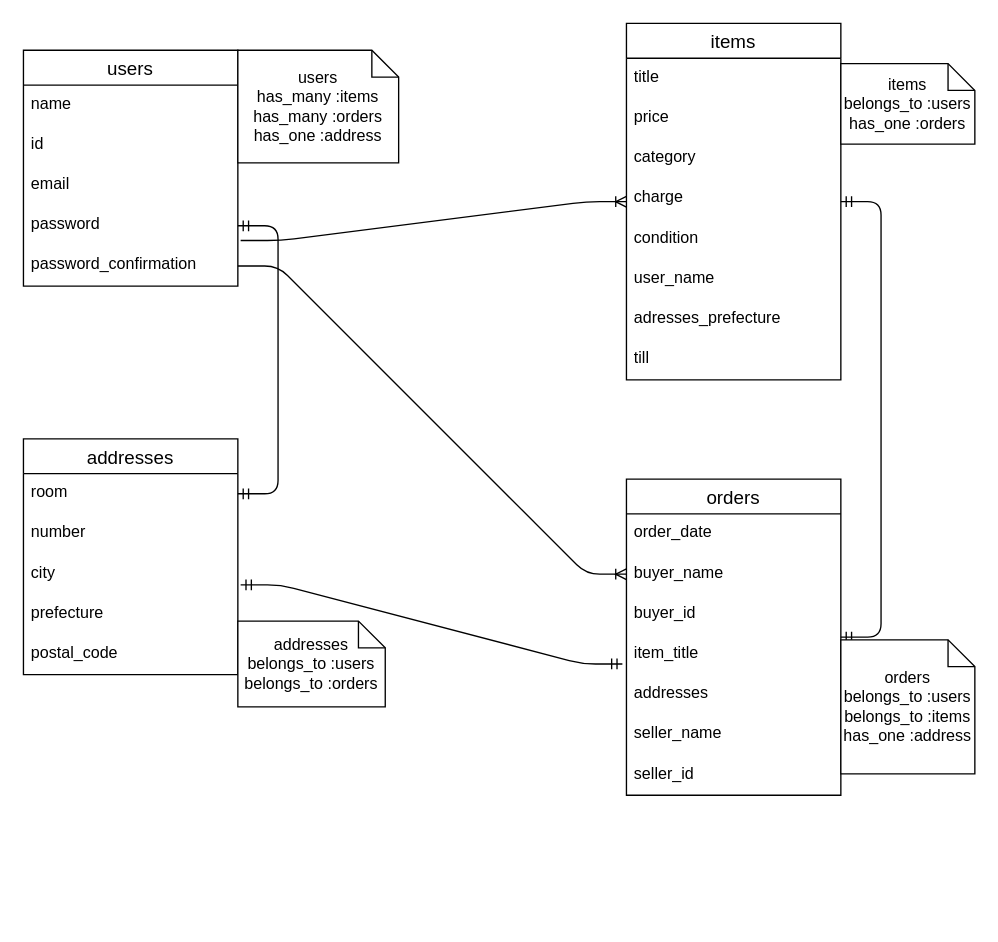
Before: er.drawio in Jumoku-tree/furima-37832, a draw.io diagram. Source tidied: cells renumbered, new cells numbered last; positions are measured from the earlier drawing's top-left corner, leaving out a move shared by most shapes. Both pictures are drawn from the tidied source at 134%, with x=0, y=0 at pixel (23, 23).
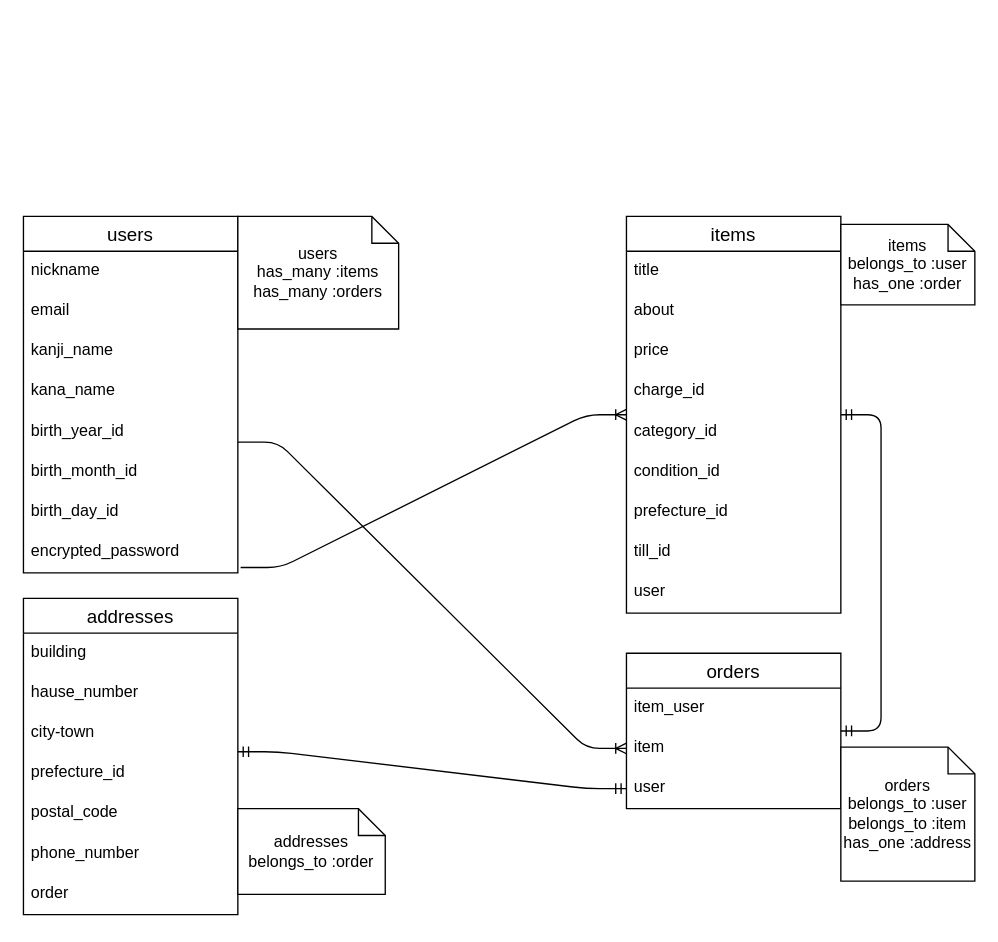
The same diagram, later.

Commit message (it also covers changes not shown here):
READMEとER図の修正

Diff of the diagram source:
```diff
@@
     <mxCell id="2" value="users" style="swimlane;fontStyle=0;horizontal=1;startSize=26;align=center;fontSize=14;" parent="1" vertex="1">
-      <mxGeometry y="20" width="160" height="176" as="geometry" />
+      <mxGeometry y="144" width="160" height="266" as="geometry" />
     </mxCell>
+    <mxCell id="40" value="nickname" style="text;strokeColor=none;fillColor=none;spacingLeft=4;spacingRight=4;overflow=hidden;fontSize=12;" parent="2" vertex="1">
+      <mxGeometry y="26" width="160" height="30" as="geometry" />
+    </mxCell>
+    <mxCell id="5" value="email" style="text;strokeColor=none;fillColor=none;spacingLeft=4;spacingRight=4;overflow=hidden;fontSize=12;" parent="2" vertex="1">
+      <mxGeometry y="56" width="160" height="30" as="geometry" />
+    </mxCell>
-    <mxCell id="3" value="name" style="text;strokeColor=none;fillColor=none;spacingLeft=4;spacingRight=4;overflow=hidden;fontSize=12;" parent="2" vertex="1">
-      <mxGeometry y="26" width="160" height="30" as="geometry" />
+    <mxCell id="3" value="kanji_name" style="text;strokeColor=none;fillColor=none;spacingLeft=4;spacingRight=4;overflow=hidden;fontSize=12;" parent="2" vertex="1">
+      <mxGeometry y="86" width="160" height="30" as="geometry" />
     </mxCell>
-    <mxCell id="4" value="id" style="text;strokeColor=none;fillColor=none;spacingLeft=4;spacingRight=4;overflow=hidden;fontSize=12;" parent="2" vertex="1">
-      <mxGeometry y="56" width="160" height="30" as="geometry" />
-    </mxCell>
-    <mxCell id="5" value="email" style="text;strokeColor=none;fillColor=none;spacingLeft=4;spacingRight=4;overflow=hidden;fontSize=12;" parent="2" vertex="1">
-      <mxGeometry y="86" width="160" height="30" as="geometry" />
-    </mxCell>
+    <mxCell id="41" value="kana_name" style="text;strokeColor=none;fillColor=none;spacingLeft=4;spacingRight=4;overflow=hidden;fontSize=12;" parent="2" vertex="1">
+      <mxGeometry y="116" width="160" height="30" as="geometry" />
+    </mxCell>
+    <mxCell id="42" value="birth_year_id" style="text;strokeColor=none;fillColor=none;spacingLeft=4;spacingRight=4;overflow=hidden;points=[[0,0.5],[1,0.5]];portConstraint=eastwest;fontSize=12;" parent="2" vertex="1">
+      <mxGeometry y="146" width="160" height="30" as="geometry" />
+    </mxCell>
+    <mxCell id="43" value="birth_month_id" style="text;strokeColor=none;fillColor=none;spacingLeft=4;spacingRight=4;overflow=hidden;fontSize=12;" parent="2" vertex="1">
+      <mxGeometry y="176" width="160" height="30" as="geometry" />
+    </mxCell>
+    <mxCell id="44" value="birth_day_id" style="text;strokeColor=none;fillColor=none;spacingLeft=4;spacingRight=4;overflow=hidden;fontSize=12;" parent="2" vertex="1">
+      <mxGeometry y="206" width="160" height="30" as="geometry" />
+    </mxCell>
-    <mxCell id="6" value="password" style="text;strokeColor=none;fillColor=none;spacingLeft=4;spacingRight=4;overflow=hidden;points=[[0,0.5],[1,0.5]];portConstraint=eastwest;fontSize=12;" parent="2" vertex="1">
-      <mxGeometry y="116" width="160" height="30" as="geometry" />
+    <mxCell id="6" value="encrypted_password" style="text;strokeColor=none;fillColor=none;spacingLeft=4;spacingRight=4;overflow=hidden;points=[[0,0.5],[1,0.5]];portConstraint=eastwest;fontSize=12;" parent="2" vertex="1">
+      <mxGeometry y="236" width="160" height="30" as="geometry" />
     </mxCell>
-    <mxCell id="7" value="password_confirmation" style="text;strokeColor=none;fillColor=none;spacingLeft=4;spacingRight=4;overflow=hidden;points=[[0,0.5],[1,0.5]];portConstraint=eastwest;fontSize=12;" parent="2" vertex="1">
-      <mxGeometry y="146" width="160" height="30" as="geometry" />
-    </mxCell>
     <mxCell id="8" value="items" style="swimlane;fontStyle=0;horizontal=1;startSize=26;align=center;fontSize=14;" parent="1" vertex="1">
-      <mxGeometry x="450" width="160" height="266" as="geometry" />
+      <mxGeometry x="450" y="144" width="160" height="296" as="geometry" />
     </mxCell>
@@
-    <mxCell id="10" value="price" style="text;strokeColor=none;fillColor=none;spacingLeft=4;spacingRight=4;overflow=hidden;fontSize=12;" parent="8" vertex="1">
+    <mxCell id="10" value="about" style="text;strokeColor=none;fillColor=none;spacingLeft=4;spacingRight=4;overflow=hidden;fontSize=12;" parent="8" vertex="1">
       <mxGeometry y="56" width="160" height="30" as="geometry" />
     </mxCell>
+    <mxCell id="12" value="price" style="text;strokeColor=none;fillColor=none;spacingLeft=4;spacingRight=4;overflow=hidden;fontSize=12;" parent="8" vertex="1">
+      <mxGeometry y="86" width="160" height="30" as="geometry" />
+    </mxCell>
+    <mxCell id="45" value="charge_id" style="text;strokeColor=none;fillColor=none;spacingLeft=4;spacingRight=4;overflow=hidden;fontSize=12;" parent="8" vertex="1">
+      <mxGeometry y="116" width="160" height="30" as="geometry" />
+    </mxCell>
-    <mxCell id="11" value="category" style="text;strokeColor=none;fillColor=none;spacingLeft=4;spacingRight=4;overflow=hidden;fontSize=12;" parent="8" vertex="1">
-      <mxGeometry y="86" width="160" height="30" as="geometry" />
+    <mxCell id="11" value="category_id" style="text;strokeColor=none;fillColor=none;spacingLeft=4;spacingRight=4;overflow=hidden;fontSize=12;" parent="8" vertex="1">
+      <mxGeometry y="146" width="160" height="30" as="geometry" />
     </mxCell>
-    <mxCell id="12" value="charge" style="text;strokeColor=none;fillColor=none;spacingLeft=4;spacingRight=4;overflow=hidden;fontSize=12;" parent="8" vertex="1">
-      <mxGeometry y="116" width="160" height="30" as="geometry" />
-    </mxCell>
-    <mxCell id="13" value="condition" style="text;strokeColor=none;fillColor=none;spacingLeft=4;spacingRight=4;overflow=hidden;fontSize=12;" parent="8" vertex="1">
-      <mxGeometry y="146" width="160" height="30" as="geometry" />
+    <mxCell id="13" value="condition_id" style="text;strokeColor=none;fillColor=none;spacingLeft=4;spacingRight=4;overflow=hidden;fontSize=12;" parent="8" vertex="1">
+      <mxGeometry y="176" width="160" height="30" as="geometry" />
     </mxCell>
-    <mxCell id="14" value="user_name" style="text;strokeColor=none;fillColor=none;spacingLeft=4;spacingRight=4;overflow=hidden;fontSize=12;" parent="8" vertex="1">
-      <mxGeometry y="176" width="160" height="30" as="geometry" />
-    </mxCell>
-    <mxCell id="15" value="adresses_prefecture" style="text;strokeColor=none;fillColor=none;spacingLeft=4;spacingRight=4;overflow=hidden;fontSize=12;" parent="8" vertex="1">
+    <mxCell id="15" value="prefecture_id" style="text;strokeColor=none;fillColor=none;spacingLeft=4;spacingRight=4;overflow=hidden;fontSize=12;" parent="8" vertex="1">
       <mxGeometry y="206" width="160" height="30" as="geometry" />
     </mxCell>
-    <mxCell id="16" value="till" style="text;strokeColor=none;fillColor=none;spacingLeft=4;spacingRight=4;overflow=hidden;fontSize=12;" parent="8" vertex="1">
+    <mxCell id="16" value="till_id" style="text;strokeColor=none;fillColor=none;spacingLeft=4;spacingRight=4;overflow=hidden;fontSize=12;" parent="8" vertex="1">
       <mxGeometry y="236" width="160" height="30" as="geometry" />
     </mxCell>
+    <mxCell id="14" value="user" style="text;strokeColor=none;fillColor=none;spacingLeft=4;spacingRight=4;overflow=hidden;fontSize=12;" parent="8" vertex="1">
+      <mxGeometry y="266" width="160" height="30" as="geometry" />
+    </mxCell>
     <mxCell id="17" value="orders" style="swimlane;fontStyle=0;horizontal=1;startSize=26;align=center;fontSize=14;" parent="1" vertex="1">
-      <mxGeometry x="450" y="340" width="160" height="236" as="geometry" />
+      <mxGeometry x="450" y="470" width="160" height="116" as="geometry" />
     </mxCell>
-    <mxCell id="18" value="order_date" style="text;strokeColor=none;fillColor=none;spacingLeft=4;spacingRight=4;overflow=hidden;fontSize=12;" parent="17" vertex="1">
+    <mxCell id="18" value="item_user" style="text;strokeColor=none;fillColor=none;spacingLeft=4;spacingRight=4;overflow=hidden;fontSize=12;" parent="17" vertex="1">
       <mxGeometry y="26" width="160" height="30" as="geometry" />
     </mxCell>
-    <mxCell id="19" value="buyer_name" style="text;strokeColor=none;fillColor=none;spacingLeft=4;spacingRight=4;overflow=hidden;points=[[0,0.5],[1,0.5]];portConstraint=eastwest;fontSize=12;" parent="17" vertex="1">
+    <mxCell id="19" value="item" style="text;strokeColor=none;fillColor=none;spacingLeft=4;spacingRight=4;overflow=hidden;points=[[0,0.5],[1,0.5]];portConstraint=eastwest;fontSize=12;" parent="17" vertex="1">
       <mxGeometry y="56" width="160" height="30" as="geometry" />
     </mxCell>
-    <mxCell id="20" value="buyer_id" style="text;strokeColor=none;fillColor=none;spacingLeft=4;spacingRight=4;overflow=hidden;points=[[0,0.5],[1,0.5]];portConstraint=eastwest;fontSize=12;" parent="17" vertex="1">
+    <mxCell id="20" value="user" style="text;strokeColor=none;fillColor=none;spacingLeft=4;spacingRight=4;overflow=hidden;points=[[0,0.5],[1,0.5]];portConstraint=eastwest;fontSize=12;" parent="17" vertex="1">
       <mxGeometry y="86" width="160" height="30" as="geometry" />
     </mxCell>
-    <mxCell id="21" value="item_title" style="text;strokeColor=none;fillColor=none;spacingLeft=4;spacingRight=4;overflow=hidden;points=[[0,0.5],[1,0.5]];portConstraint=eastwest;fontSize=12;" parent="17" vertex="1">
-      <mxGeometry y="116" width="160" height="30" as="geometry" />
-    </mxCell>
-    <mxCell id="22" value="addresses" style="text;strokeColor=none;fillColor=none;spacingLeft=4;spacingRight=4;overflow=hidden;fontSize=12;" parent="17" vertex="1">
-      <mxGeometry y="146" width="160" height="30" as="geometry" />
-    </mxCell>
-    <mxCell id="23" value="seller_name" style="text;strokeColor=none;fillColor=none;spacingLeft=4;spacingRight=4;overflow=hidden;fontSize=12;" parent="17" vertex="1">
-      <mxGeometry y="176" width="160" height="30" as="geometry" />
-    </mxCell>
-    <mxCell id="24" value="seller_id" style="text;strokeColor=none;fillColor=none;spacingLeft=4;spacingRight=4;overflow=hidden;fontSize=12;" parent="17" vertex="1">
-      <mxGeometry y="206" width="160" height="30" as="geometry" />
-    </mxCell>
     <mxCell id="25" value="addresses" style="swimlane;fontStyle=0;horizontal=1;startSize=26;align=center;fontSize=14;" parent="1" vertex="1">
-      <mxGeometry y="310" width="160" height="176" as="geometry" />
+      <mxGeometry y="429" width="160" height="236" as="geometry" />
     </mxCell>
-    <mxCell id="26" value="room" style="text;strokeColor=none;fillColor=none;spacingLeft=4;spacingRight=4;overflow=hidden;points=[[0,0.5],[1,0.5]];portConstraint=eastwest;fontSize=12;" parent="25" vertex="1">
+    <mxCell id="26" value="building" style="text;strokeColor=none;fillColor=none;spacingLeft=4;spacingRight=4;overflow=hidden;points=[[0,0.5],[1,0.5]];portConstraint=eastwest;fontSize=12;" parent="25" vertex="1">
       <mxGeometry y="26" width="160" height="30" as="geometry" />
     </mxCell>
-    <mxCell id="27" value="number" style="text;strokeColor=none;fillColor=none;spacingLeft=4;spacingRight=4;overflow=hidden;fontSize=12;" parent="25" vertex="1">
+    <mxCell id="27" value="hause_number" style="text;strokeColor=none;fillColor=none;spacingLeft=4;spacingRight=4;overflow=hidden;fontSize=12;" parent="25" vertex="1">
       <mxGeometry y="56" width="160" height="30" as="geometry" />
     </mxCell>
-    <mxCell id="28" value="city" style="text;strokeColor=none;fillColor=none;spacingLeft=4;spacingRight=4;overflow=hidden;points=[[0,0.5],[1,0.5]];portConstraint=eastwest;fontSize=12;" parent="25" vertex="1">
+    <mxCell id="28" value="city-town" style="text;strokeColor=none;fillColor=none;spacingLeft=4;spacingRight=4;overflow=hidden;points=[[0,0.5],[1,0.5]];portConstraint=eastwest;fontSize=12;" parent="25" vertex="1">
       <mxGeometry y="86" width="160" height="30" as="geometry" />
     </mxCell>
-    <mxCell id="29" value="prefecture" style="text;strokeColor=none;fillColor=none;spacingLeft=4;spacingRight=4;overflow=hidden;points=[[0,0.5],[1,0.5]];portConstraint=eastwest;fontSize=12;" parent="25" vertex="1">
+    <mxCell id="29" value="prefecture_id" style="text;strokeColor=none;fillColor=none;spacingLeft=4;spacingRight=4;overflow=hidden;points=[[0,0.5],[1,0.5]];portConstraint=eastwest;fontSize=12;" parent="25" vertex="1">
       <mxGeometry y="116" width="160" height="30" as="geometry" />
     </mxCell>
@@
+    <mxCell id="46" value="phone_number" style="text;strokeColor=none;fillColor=none;spacingLeft=4;spacingRight=4;overflow=hidden;fontSize=12;" parent="25" vertex="1">
+      <mxGeometry y="176" width="160" height="30" as="geometry" />
+    </mxCell>
+    <mxCell id="47" value="order" style="text;strokeColor=none;fillColor=none;spacingLeft=4;spacingRight=4;overflow=hidden;fontSize=12;" parent="25" vertex="1">
+      <mxGeometry y="206" width="160" height="30" as="geometry" />
+    </mxCell>
@@
-    <mxCell id="33" style="edgeStyle=entityRelationEdgeStyle;fontSize=12;html=1;endArrow=ERmandOne;startArrow=ERmandOne;entryX=-0.019;entryY=0.733;entryDx=0;entryDy=0;entryPerimeter=0;exitX=1.013;exitY=0.767;exitDx=0;exitDy=0;exitPerimeter=0;" parent="1" edge="1" source="28" target="21">
+    <mxCell id="33" style="edgeStyle=entityRelationEdgeStyle;fontSize=12;html=1;endArrow=ERmandOne;startArrow=ERmandOne;entryX=0;entryY=0.5;entryDx=0;entryDy=0;exitX=1;exitY=-0.05;exitDx=0;exitDy=0;exitPerimeter=0;" parent="1" edge="1" source="29" target="20">
       <mxGeometry relative="1" as="geometry" />
     </mxCell>
-    <mxCell id="34" style="edgeStyle=entityRelationEdgeStyle;fontSize=12;html=1;endArrow=ERoneToMany;entryX=0;entryY=0.5;entryDx=0;entryDy=0;exitX=1;exitY=0.5;exitDx=0;exitDy=0;" parent="1" edge="1" source="7" target="19">
+    <mxCell id="34" style="edgeStyle=entityRelationEdgeStyle;fontSize=12;html=1;endArrow=ERoneToMany;entryX=0;entryY=0.5;entryDx=0;entryDy=0;exitX=1;exitY=0.75;exitDx=0;exitDy=0;exitPerimeter=0;" parent="1" edge="1" source="42" target="19">
       <mxGeometry relative="1" as="geometry" />
     </mxCell>
-    <mxCell id="35" value="users&lt;br&gt;has_many :items&lt;br&gt;has_many :orders&lt;br&gt;has_one :address" style="shape=note;size=20;whiteSpace=wrap;html=1;" parent="1" vertex="1">
-      <mxGeometry x="160" y="20" width="120" height="84" as="geometry" />
+    <mxCell id="35" value="users&lt;br&gt;has_many :items&lt;br&gt;has_many :orders" style="shape=note;size=20;whiteSpace=wrap;html=1;" parent="1" vertex="1">
+      <mxGeometry x="160" y="144" width="120" height="84" as="geometry" />
     </mxCell>
-    <mxCell id="36" style="edgeStyle=entityRelationEdgeStyle;fontSize=12;html=1;endArrow=ERmandOne;startArrow=ERmandOne;entryX=1;entryY=0.5;entryDx=0;entryDy=0;exitX=1;exitY=0.5;exitDx=0;exitDy=0;" parent="1" edge="1" source="26" target="6">
-      <mxGeometry relative="1" as="geometry" />
-    </mxCell>
-    <mxCell id="37" value="items&lt;br&gt;belongs_to :users&lt;br&gt;has_one :orders" style="shape=note;size=20;whiteSpace=wrap;html=1;" parent="1" vertex="1">
-      <mxGeometry x="610" y="30" width="100" height="60" as="geometry" />
+    <mxCell id="37" value="items&lt;br&gt;belongs_to :user&lt;br&gt;has_one :order" style="shape=note;size=20;whiteSpace=wrap;html=1;" parent="1" vertex="1">
+      <mxGeometry x="610" y="150" width="100" height="60" as="geometry" />
     </mxCell>
-    <mxCell id="38" value="orders&lt;br&gt;belongs_to :users&lt;br&gt;belongs_to :items&lt;br&gt;has_one :address" style="shape=note;size=20;whiteSpace=wrap;html=1;" parent="1" vertex="1">
-      <mxGeometry x="610" y="460" width="100" height="100" as="geometry" />
+    <mxCell id="38" value="orders&lt;br&gt;belongs_to :user&lt;br&gt;belongs_to :item&lt;br&gt;has_one :address" style="shape=note;size=20;whiteSpace=wrap;html=1;" parent="1" vertex="1">
+      <mxGeometry x="610" y="540" width="100" height="100" as="geometry" />
     </mxCell>
-    <mxCell id="39" value="addresses&lt;br&gt;belongs_to :users&lt;br&gt;belongs_to :orders" style="shape=note;size=20;whiteSpace=wrap;html=1;" parent="1" vertex="1">
-      <mxGeometry x="160" y="446" width="110" height="64" as="geometry" />
+    <mxCell id="39" value="addresses&lt;br&gt;belongs_to :order" style="shape=note;size=20;whiteSpace=wrap;html=1;" parent="1" vertex="1">
+      <mxGeometry x="160" y="586" width="110" height="64" as="geometry" />
     </mxCell>
```
